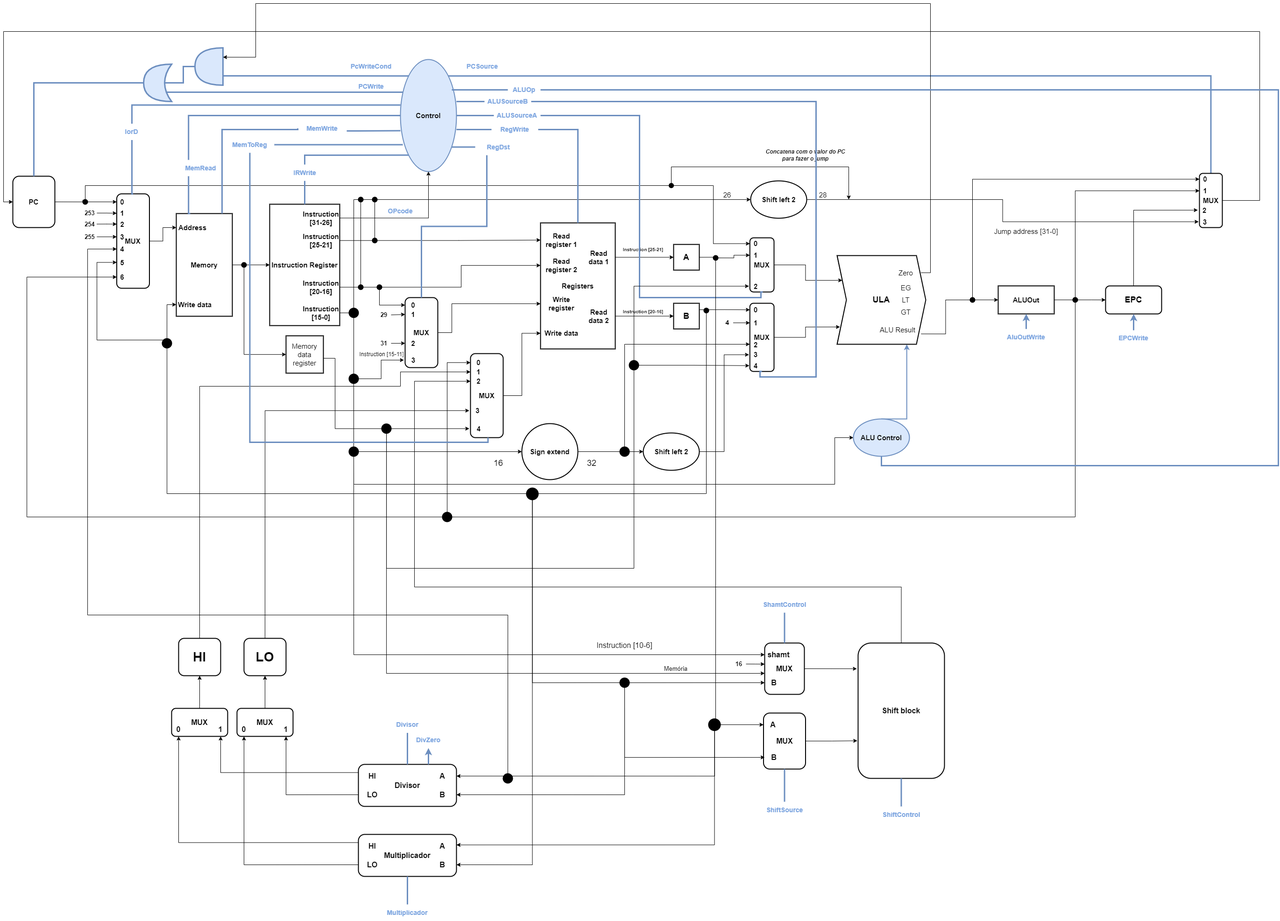
Earlier version of the draw.io export Projeto/Unidade de Processamento/Unidade de Processamento.png (phdfreitas/infrahw-2021-2). Source tidied: cells renumbered, new cells last; positions are measured from the earlier drawing's top-left corner, leaving out a move shared by most shapes.
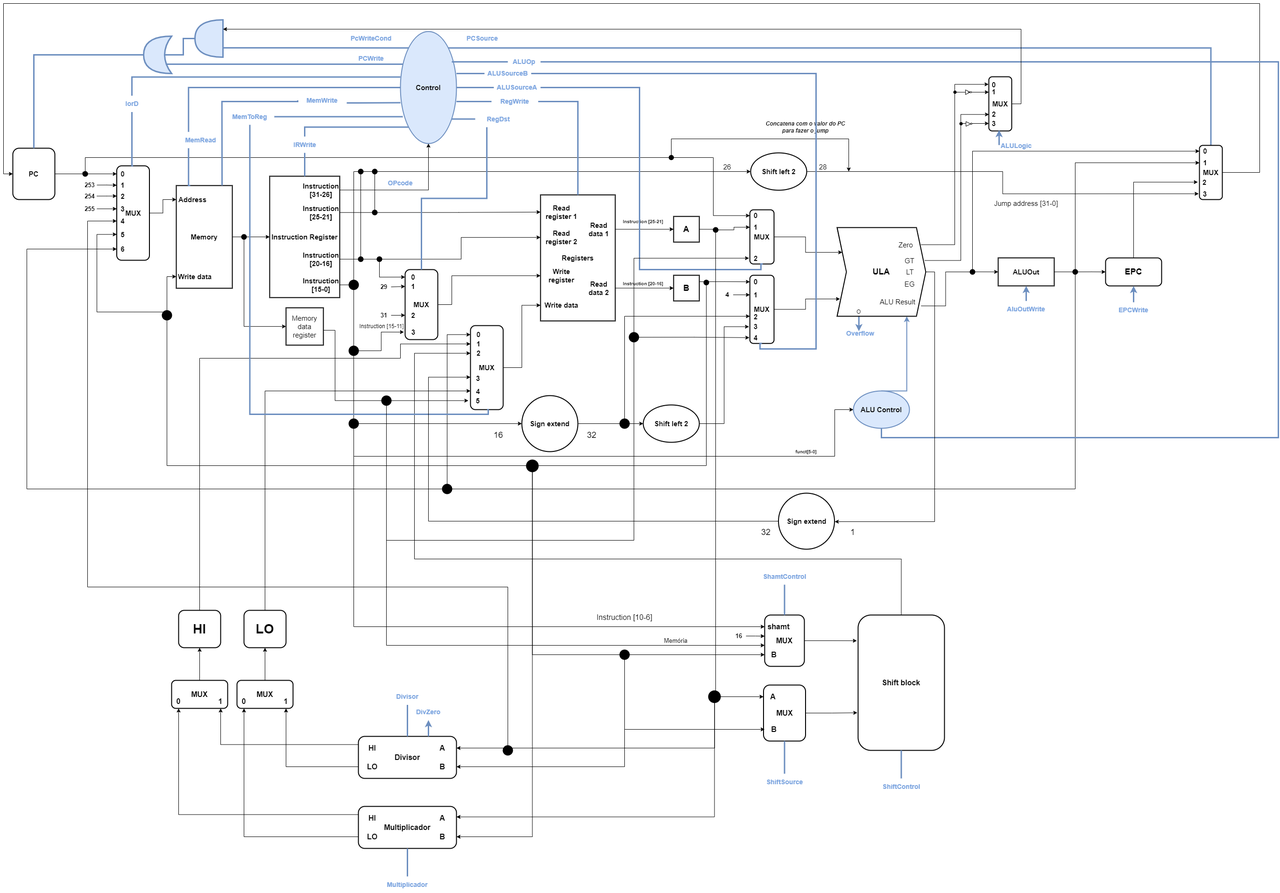
After the commit.

Commit message:
Atualização Operações Lógicas

Change to the diagram source:
```diff
@@ -2,6 +2,12 @@
   <root>
     <mxCell id="0" />
     <mxCell id="1" parent="0" />
+    <mxCell id="311" style="edgeStyle=orthogonalEdgeStyle;rounded=0;orthogonalLoop=1;jettySize=auto;html=1;exitX=0.5;exitY=0;exitDx=0;exitDy=0;strokeWidth=3;fillColor=#dae8fc;strokeColor=#6c8ebf;" parent="1" edge="1">
+      <mxGeometry relative="1" as="geometry">
+        <mxPoint x="1831.7" y="729.8" as="sourcePoint" />
+        <mxPoint x="1831.7" y="762" as="targetPoint" />
+      </mxGeometry>
+    </mxCell>
     <mxCell id="2" style="edgeStyle=orthogonalEdgeStyle;rounded=0;jettySize=auto;html=1;exitX=1;exitY=0.5;exitDx=0;exitDy=0;fontSize=15;startArrow=none;entryX=0;entryY=0.5;entryDx=0;entryDy=0;" parent="1" edge="1" source="130" target="8">
       <mxGeometry relative="1" as="geometry" />
     </mxCell>
@@ -303,14 +309,14 @@
     <mxCell id="93" value="&lt;b&gt;0&lt;/b&gt;" style="text;html=1;strokeColor=none;fillColor=none;align=center;verticalAlign=middle;whiteSpace=wrap;rounded=0;fontSize=15;" parent="91" vertex="1">
       <mxGeometry x="20" width="35" height="38.6" as="geometry" />
     </mxCell>
-    <mxCell id="94" value="&lt;b&gt;4&lt;/b&gt;" style="text;html=1;strokeColor=none;fillColor=none;align=center;verticalAlign=middle;whiteSpace=wrap;rounded=0;fontSize=15;" parent="91" vertex="1">
-      <mxGeometry x="17.5" y="141.4" width="40" height="38.6" as="geometry" />
+    <mxCell id="94" value="&lt;b&gt;5&lt;/b&gt;" style="text;html=1;strokeColor=none;fillColor=none;align=center;verticalAlign=middle;whiteSpace=wrap;rounded=0;fontSize=15;" parent="91" vertex="1">
+      <mxGeometry x="15.5" y="141.4" width="40" height="38.6" as="geometry" />
     </mxCell>
     <mxCell id="95" value="&lt;b&gt;1&lt;/b&gt;" style="text;html=1;strokeColor=none;fillColor=none;align=center;verticalAlign=middle;whiteSpace=wrap;rounded=0;fontSize=15;" parent="91" vertex="1">
       <mxGeometry x="20" y="20" width="35" height="38.6" as="geometry" />
     </mxCell>
-    <mxCell id="96" value="&lt;b&gt;3&lt;/b&gt;" style="text;html=1;strokeColor=none;fillColor=none;align=center;verticalAlign=middle;whiteSpace=wrap;rounded=0;fontSize=15;" parent="91" vertex="1">
-      <mxGeometry x="17.5" y="102.9" width="35" height="38.6" as="geometry" />
+    <mxCell id="96" value="&lt;b&gt;4&lt;/b&gt;" style="text;html=1;strokeColor=none;fillColor=none;align=center;verticalAlign=middle;whiteSpace=wrap;rounded=0;fontSize=15;" parent="91" vertex="1">
+      <mxGeometry x="18.5" y="121.9" width="35" height="38.6" as="geometry" />
     </mxCell>
     <mxCell id="97" value="&lt;b&gt;2&lt;/b&gt;" style="text;html=1;strokeColor=none;fillColor=none;align=center;verticalAlign=middle;whiteSpace=wrap;rounded=0;fontSize=15;" parent="91" vertex="1">
       <mxGeometry x="20" y="40" width="35" height="38.6" as="geometry" />
@@ -446,7 +452,7 @@
     <mxCell id="133" style="edgeStyle=orthogonalEdgeStyle;rounded=0;jettySize=auto;html=1;exitX=1;exitY=0.5;exitDx=0;exitDy=0;entryX=0.033;entryY=0.805;entryDx=0;entryDy=0;entryPerimeter=0;fontSize=15;endArrow=classic;endFill=1;" parent="1" edge="1" source="108" target="135">
       <mxGeometry relative="1" as="geometry" />
     </mxCell>
-    <mxCell id="134" style="group;" parent="1" vertex="1">
+    <mxCell id="134" value="            O" style="group;spacingLeft=0;verticalAlign=bottom;align=left;" parent="1" vertex="1">
       <mxGeometry x="1785" y="540" width="190" height="190" as="geometry" />
     </mxCell>
     <mxCell id="135" value="&lt;b&gt;ULA&lt;/b&gt;" style="shape=step;perimeter=stepPerimeter;whiteSpace=wrap;html=1;fixedSize=1;fontSize=18;strokeColor=#000000;strokeWidth=2;fillColor=none;" parent="134" vertex="1">
@@ -458,14 +464,14 @@
     <mxCell id="137" value="&lt;font style=&quot;font-size: 15px&quot;&gt;Zero&lt;/font&gt;" style="text;html=1;strokeColor=none;fillColor=none;align=center;verticalAlign=middle;whiteSpace=wrap;rounded=0;fontSize=18;" parent="134" vertex="1">
       <mxGeometry x="115" y="18.2" width="65" height="37" as="geometry" />
     </mxCell>
-    <mxCell id="138" value="&lt;font style=&quot;font-size: 15px&quot;&gt;EG&lt;/font&gt;" style="text;html=1;strokeColor=none;fillColor=none;align=center;verticalAlign=middle;whiteSpace=wrap;rounded=0;fontSize=18;" parent="134" vertex="1">
-      <mxGeometry x="115" y="50" width="65" height="37" as="geometry" />
+    <mxCell id="138" value="&lt;font style=&quot;font-size: 15px&quot;&gt;GT&lt;/font&gt;" style="text;html=1;strokeColor=none;fillColor=none;align=center;verticalAlign=middle;whiteSpace=wrap;rounded=0;fontSize=18;" parent="134" vertex="1">
+      <mxGeometry x="123" y="52" width="65" height="37" as="geometry" />
     </mxCell>
     <mxCell id="139" value="&lt;font style=&quot;font-size: 15px&quot;&gt;LT&lt;/font&gt;" style="text;html=1;strokeColor=none;fillColor=none;align=center;verticalAlign=middle;whiteSpace=wrap;rounded=0;fontSize=18;" parent="134" vertex="1">
-      <mxGeometry x="115" y="76.5" width="65" height="37" as="geometry" />
+      <mxGeometry x="124" y="76.5" width="65" height="37" as="geometry" />
     </mxCell>
-    <mxCell id="140" value="&lt;font style=&quot;font-size: 15px&quot;&gt;GT&lt;/font&gt;" style="text;html=1;strokeColor=none;fillColor=none;align=center;verticalAlign=middle;whiteSpace=wrap;rounded=0;fontSize=18;" parent="134" vertex="1">
-      <mxGeometry x="115" y="103" width="65" height="37" as="geometry" />
+    <mxCell id="140" value="&lt;span style=&quot;font-size: 15px&quot;&gt;EG&lt;/span&gt;" style="text;html=1;strokeColor=none;fillColor=none;align=center;verticalAlign=middle;whiteSpace=wrap;rounded=0;fontSize=18;" parent="134" vertex="1">
+      <mxGeometry x="123" y="103" width="65" height="37" as="geometry" />
     </mxCell>
     <mxCell id="141" style="edgeStyle=orthogonalEdgeStyle;rounded=0;jettySize=auto;html=1;exitX=1;exitY=0.5;exitDx=0;exitDy=0;entryX=0;entryY=0.5;entryDx=0;entryDy=0;fontSize=15;endArrow=none;endFill=0;" parent="1" edge="1" source="142" target="147">
       <mxGeometry relative="1" as="geometry" />
@@ -610,8 +616,14 @@
     <mxCell id="171" value="&lt;b&gt;&lt;font style=&quot;font-size: 28px&quot;&gt;HI&lt;/font&gt;&lt;/b&gt;" style="rounded=1;whiteSpace=wrap;html=1;fillColor=none;strokeWidth=2;" parent="1" vertex="1">
       <mxGeometry x="375" y="1360" width="90" height="80" as="geometry" />
     </mxCell>
-    <mxCell id="172" style="edgeStyle=orthogonalEdgeStyle;rounded=0;jettySize=auto;html=1;exitX=0.5;exitY=0;exitDx=0;exitDy=0;entryX=0;entryY=0.5;entryDx=0;entryDy=0;fontSize=28;strokeWidth=1;" parent="1" edge="1" source="173" target="96">
-      <mxGeometry relative="1" as="geometry" />
+    <mxCell id="172" style="edgeStyle=orthogonalEdgeStyle;rounded=0;jettySize=auto;html=1;exitX=0.5;exitY=0;exitDx=0;exitDy=0;fontSize=28;strokeWidth=1;" parent="1" edge="1" source="173">
+      <mxGeometry relative="1" as="geometry">
+        <mxPoint x="1000" y="890" as="targetPoint" />
+        <Array as="points">
+          <mxPoint x="560" y="890" />
+          <mxPoint x="998" y="890" />
+        </Array>
+      </mxGeometry>
     </mxCell>
     <mxCell id="173" value="&lt;b&gt;&lt;font style=&quot;font-size: 28px&quot;&gt;LO&lt;/font&gt;&lt;/b&gt;" style="rounded=1;whiteSpace=wrap;html=1;fillColor=none;strokeWidth=2;" parent="1" vertex="1">
       <mxGeometry x="515" y="1360" width="90" height="80" as="geometry" />
@@ -809,16 +821,6 @@
     <mxCell id="229" style="shape=or;whiteSpace=wrap;html=1;fontSize=10;fillColor=#dae8fc;strokeColor=#6c8ebf;strokeWidth=3;rotation=90;direction=south;" parent="1" vertex="1">
       <mxGeometry x="400" y="105" width="80" height="60" as="geometry" />
     </mxCell>
-    <mxCell id="230" style="edgeStyle=orthogonalEdgeStyle;rounded=0;jettySize=auto;html=1;exitX=0;exitY=0.75;exitDx=0;exitDy=0;fontSize=10;endArrow=none;endFill=0;strokeColor=default;strokeWidth=1;startArrow=classic;startFill=1;exitPerimeter=0;entryX=1;entryY=0.5;entryDx=0;entryDy=0;" parent="1" edge="1" source="229" target="137">
-      <mxGeometry relative="1" as="geometry">
-        <Array as="points">
-          <mxPoint x="540" y="115" />
-          <mxPoint x="540" />
-          <mxPoint x="1985" />
-          <mxPoint x="1985" y="577" />
-        </Array>
-      </mxGeometry>
-    </mxCell>
     <mxCell id="231" style="edgeStyle=orthogonalEdgeStyle;rounded=0;jettySize=auto;html=1;exitX=1;exitY=0.5;exitDx=0;exitDy=0;exitPerimeter=0;entryX=0.5;entryY=0;entryDx=0;entryDy=0;fontSize=10;startArrow=none;startFill=0;endArrow=none;endFill=0;strokeColor=#6c8ebf;strokeWidth=3;fillColor=#dae8fc;" parent="1" edge="1" source="232" target="3">
       <mxGeometry relative="1" as="geometry" />
     </mxCell>
@@ -1164,5 +1166,128 @@
     <mxCell id="310" style="ellipse;whiteSpace=wrap;html=1;fontSize=15;strokeWidth=2;fillColor=#000000;" parent="1" vertex="1">
       <mxGeometry x="1340" y="764.9" width="20" height="20" as="geometry" />
     </mxCell>
+    <mxCell id="312" style="edgeStyle=orthogonalEdgeStyle;rounded=0;jettySize=auto;html=1;exitX=1;exitY=0.5;exitDx=0;exitDy=0;entryX=0;entryY=0.75;entryDx=0;entryDy=0;entryPerimeter=0;" parent="1" edge="1" source="313" target="229">
+      <mxGeometry relative="1" as="geometry" />
+    </mxCell>
+    <mxCell id="313" value="&lt;b&gt;MUX&lt;/b&gt;" style="rounded=1;whiteSpace=wrap;html=1;fontSize=15;strokeWidth=2;" parent="1" vertex="1">
+      <mxGeometry x="2110" y="217" width="49" height="116.1" as="geometry" />
+    </mxCell>
+    <mxCell id="314" style="edgeStyle=orthogonalEdgeStyle;rounded=0;jettySize=auto;html=1;exitX=1;exitY=0.5;exitDx=0;exitDy=0;entryX=-0.011;entryY=0.14;entryDx=0;entryDy=0;entryPerimeter=0;" parent="1" edge="1" source="137" target="313">
+      <mxGeometry relative="1" as="geometry">
+        <Array as="points">
+          <mxPoint x="2037" y="577" />
+          <mxPoint x="2037" y="233" />
+        </Array>
+      </mxGeometry>
+    </mxCell>
+    <mxCell id="315" style="endArrow=classic;html=1;rounded=0;startArrow=none;" parent="1" edge="1" source="319">
+      <mxGeometry relative="1" as="geometry">
+        <mxPoint x="2110" y="250" as="targetPoint" />
+      </mxGeometry>
+    </mxCell>
+    <mxCell id="316" style="ellipse;whiteSpace=wrap;html=1;fontSize=15;strokeWidth=2;fillColor=#000000;" parent="1" vertex="1">
+      <mxGeometry x="2035" y="247.5" width="5" height="5" as="geometry" />
+    </mxCell>
+    <mxCell id="317" style="triangle;whiteSpace=wrap;html=1;" parent="1" vertex="1">
+      <mxGeometry x="2060" y="245" width="10" height="10" as="geometry" />
+    </mxCell>
+    <mxCell id="318" style="endArrow=none;html=1;rounded=0;" parent="1" edge="1" target="317">
+      <mxGeometry relative="1" as="geometry">
+        <mxPoint x="2040" y="250" as="sourcePoint" />
+      </mxGeometry>
+    </mxCell>
+    <mxCell id="319" style="ellipse;whiteSpace=wrap;html=1;" parent="1" vertex="1">
+      <mxGeometry x="2070" y="248.5" width="3" height="3" as="geometry" />
+    </mxCell>
+    <mxCell id="320" style="endArrow=none;html=1;rounded=0;startArrow=none;" parent="1" edge="1" source="317" target="319">
+      <mxGeometry relative="1" as="geometry" />
+    </mxCell>
+    <mxCell id="321" value="&lt;b&gt;Overflow&lt;/b&gt;" style="text;html=1;strokeColor=none;fillColor=none;align=center;verticalAlign=middle;whiteSpace=wrap;rounded=0;fontSize=14;fontColor=#7EA6E0;" parent="1" vertex="1">
+      <mxGeometry x="1785" y="749.9" width="100" height="35" as="geometry" />
+    </mxCell>
+    <mxCell id="322" style="edgeStyle=orthogonalEdgeStyle;rounded=0;orthogonalLoop=1;jettySize=auto;html=1;exitX=1;exitY=0.5;exitDx=0;exitDy=0;" parent="1" edge="1">
+      <mxGeometry relative="1" as="geometry">
+        <mxPoint x="1974" y="635" as="sourcePoint" />
+        <mxPoint x="1780" y="1170" as="targetPoint" />
+        <Array as="points">
+          <mxPoint x="1994" y="635" />
+          <mxPoint x="1994" y="1170" />
+        </Array>
+      </mxGeometry>
+    </mxCell>
+    <mxCell id="323" style="edgeStyle=orthogonalEdgeStyle;rounded=0;jettySize=auto;html=1;entryX=0;entryY=0.614;entryDx=0;entryDy=0;entryPerimeter=0;" parent="1" edge="1" source="324" target="92">
+      <mxGeometry relative="1" as="geometry">
+        <Array as="points">
+          <mxPoint x="910" y="1169" />
+          <mxPoint x="910" y="861" />
+        </Array>
+      </mxGeometry>
+    </mxCell>
+    <mxCell id="324" value="&lt;b&gt;Sign extend&lt;/b&gt;" style="ellipse;whiteSpace=wrap;html=1;fontSize=15;strokeColor=#000000;strokeWidth=2;fillColor=none;" parent="1" vertex="1">
+      <mxGeometry x="1659.5" y="1109" width="120" height="120" as="geometry" />
+    </mxCell>
+    <mxCell id="325" value="&lt;b&gt;3&lt;/b&gt;" style="text;html=1;strokeColor=none;fillColor=none;align=center;verticalAlign=middle;whiteSpace=wrap;rounded=0;fontSize=15;" parent="1" vertex="1">
+      <mxGeometry x="999" y="844" width="35" height="38.6" as="geometry" />
+    </mxCell>
+    <mxCell id="326" value="32" style="text;html=1;strokeColor=none;fillColor=none;align=center;verticalAlign=middle;whiteSpace=wrap;rounded=0;fontSize=18;" parent="1" vertex="1">
+      <mxGeometry x="1603" y="1178" width="60" height="30" as="geometry" />
+    </mxCell>
+    <mxCell id="327" value="1" style="text;html=1;strokeColor=none;fillColor=none;align=center;verticalAlign=middle;whiteSpace=wrap;rounded=0;fontSize=18;" parent="1" vertex="1">
+      <mxGeometry x="1789" y="1178" width="60" height="30" as="geometry" />
+    </mxCell>
+    <mxCell id="328" value="&lt;b&gt;0&lt;/b&gt;" style="text;html=1;strokeColor=none;fillColor=none;align=center;verticalAlign=middle;whiteSpace=wrap;rounded=0;fontSize=15;" parent="1" vertex="1">
+      <mxGeometry x="2108" y="222" width="25.9" height="24.9" as="geometry" />
+    </mxCell>
+    <mxCell id="329" value="&lt;b&gt;1&lt;/b&gt;" style="text;html=1;strokeColor=none;fillColor=none;align=center;verticalAlign=middle;whiteSpace=wrap;rounded=0;fontSize=15;" parent="1" vertex="1">
+      <mxGeometry x="2108" y="237" width="25.9" height="24.9" as="geometry" />
+    </mxCell>
+    <mxCell id="330" style="edgeStyle=orthogonalEdgeStyle;rounded=0;jettySize=auto;html=1;entryX=0.007;entryY=0.601;entryDx=0;entryDy=0;entryPerimeter=0;exitX=1;exitY=0.5;exitDx=0;exitDy=0;" parent="1" edge="1" source="138">
+      <mxGeometry relative="1" as="geometry">
+        <mxPoint x="2110.3" y="297.7" as="targetPoint" />
+        <Array as="points">
+          <mxPoint x="2050" y="611" />
+          <mxPoint x="2050" y="298" />
+        </Array>
+      </mxGeometry>
+    </mxCell>
+    <mxCell id="331" style="endArrow=classic;html=1;rounded=0;startArrow=none;" parent="1" edge="1">
+      <mxGeometry relative="1" as="geometry">
+        <mxPoint x="2073" y="317" as="sourcePoint" />
+        <mxPoint x="2110" y="317" as="targetPoint" />
+      </mxGeometry>
+    </mxCell>
+    <mxCell id="332" style="ellipse;whiteSpace=wrap;html=1;" parent="1" vertex="1">
+      <mxGeometry x="2071" y="316" width="3" height="3" as="geometry" />
+    </mxCell>
+    <mxCell id="333" style="triangle;whiteSpace=wrap;html=1;" parent="1" vertex="1">
+      <mxGeometry x="2061" y="313" width="10" height="10" as="geometry" />
+    </mxCell>
+    <mxCell id="334" style="endArrow=none;html=1;rounded=0;" parent="1" edge="1">
+      <mxGeometry relative="1" as="geometry">
+        <mxPoint x="2050" y="317" as="sourcePoint" />
+        <mxPoint x="2061" y="317" as="targetPoint" />
+      </mxGeometry>
+    </mxCell>
+    <mxCell id="335" value="&lt;b&gt;2&lt;/b&gt;" style="text;html=1;strokeColor=none;fillColor=none;align=center;verticalAlign=middle;whiteSpace=wrap;rounded=0;fontSize=15;" parent="1" vertex="1">
+      <mxGeometry x="2108" y="285" width="25.9" height="24.9" as="geometry" />
+    </mxCell>
+    <mxCell id="336" value="&lt;b&gt;3&lt;/b&gt;" style="text;html=1;strokeColor=none;fillColor=none;align=center;verticalAlign=middle;whiteSpace=wrap;rounded=0;fontSize=15;" parent="1" vertex="1">
+      <mxGeometry x="2108" y="305" width="25.9" height="24.9" as="geometry" />
+    </mxCell>
+    <mxCell id="337" style="edgeStyle=orthogonalEdgeStyle;rounded=0;orthogonalLoop=1;jettySize=auto;html=1;exitX=0.5;exitY=0;exitDx=0;exitDy=0;strokeWidth=3;fillColor=#dae8fc;strokeColor=#6c8ebf;" parent="1" edge="1">
+      <mxGeometry relative="1" as="geometry">
+        <mxPoint x="2132" y="363.2" as="sourcePoint" />
+        <mxPoint x="2132" y="331" as="targetPoint" />
+      </mxGeometry>
+    </mxCell>
+    <mxCell id="338" value="&lt;b&gt;ALULogic&lt;/b&gt;" style="text;html=1;strokeColor=none;fillColor=none;align=center;verticalAlign=middle;whiteSpace=wrap;rounded=0;fontSize=14;fontColor=#7EA6E0;" parent="1" vertex="1">
+      <mxGeometry x="2119" y="347" width="100" height="35" as="geometry" />
+    </mxCell>
+    <mxCell id="339" style="ellipse;whiteSpace=wrap;html=1;fontSize=15;strokeWidth=2;fillColor=#000000;" parent="1" vertex="1">
+      <mxGeometry x="2048" y="315" width="5" height="5" as="geometry" />
+    </mxCell>
+    <mxCell id="340" value="&lt;font style=&quot;font-size: 10px&quot;&gt;&lt;b&gt;funct[5-0]&lt;/b&gt;&lt;/font&gt;" style="text;html=1;strokeColor=none;fillColor=none;align=center;verticalAlign=middle;whiteSpace=wrap;rounded=0;fontSize=15;" parent="1" vertex="1">
+      <mxGeometry x="1649" y="1000" width="140" height="35.5" as="geometry" />
+    </mxCell>
   </root>
 </mxGraphModel>
```
